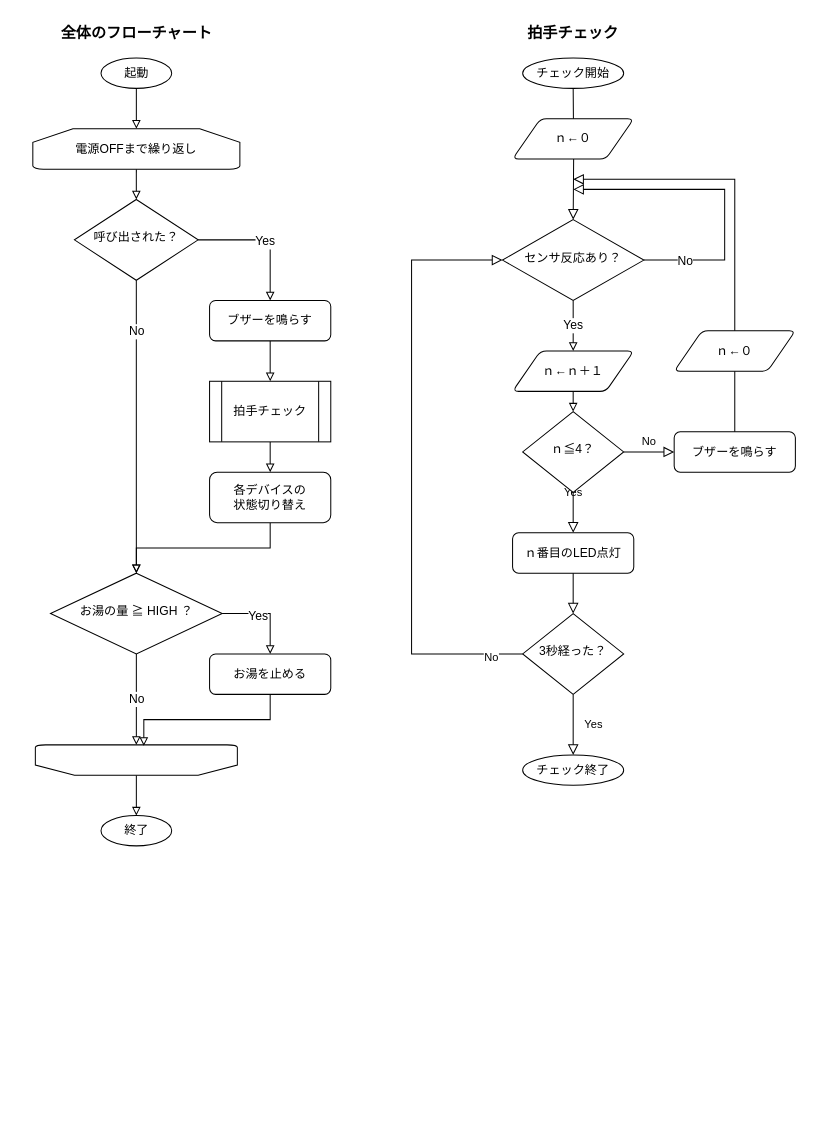
Earlier version of the draw.io diagram page "flow chart" (1 of 2) of SmartBath.drawio (AK-8420/documents_2021_Arduino_arch). Source tidied: cells renumbered, new cells numbered last; positions are measured from the earlier drawing's top-left corner, leaving out a move shared by most shapes. Both pictures are drawn from the tidied source at 101%, with x=0, y=0 at pixel (32, 17).
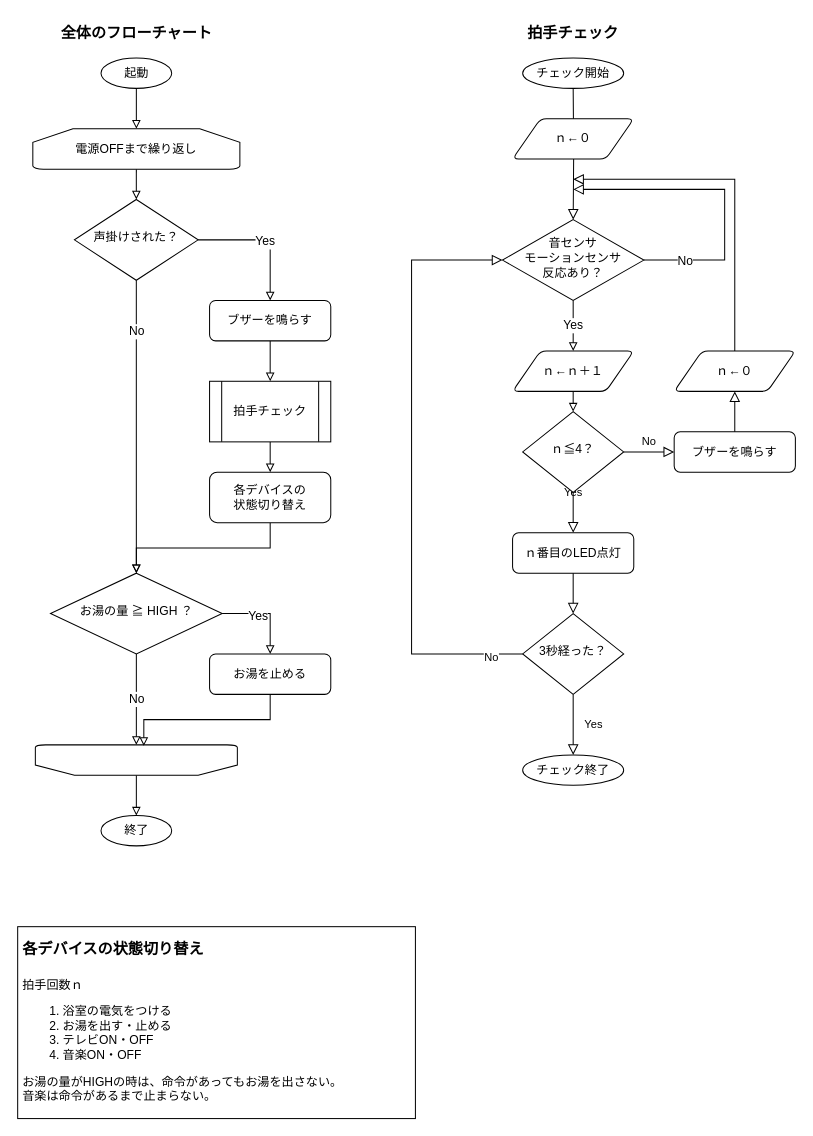
After the change.

The change refers to these unchanged cells:
```xml
<mxCell id="5" value="ブザーを鳴らす" style="rounded=1;whiteSpace=wrap;html=1;fontSize=12;glass=0;strokeWidth=1;shadow=0;" parent="1" vertex="1">
  <mxGeometry x="635" y="410" width="120" height="40" as="geometry" />
</mxCell>
```

The edit, as a diff of the source:
```diff
@@
-    <mxCell id="7" style="rounded=0;html=1;jettySize=auto;fontSize=11;endArrow=block;endFill=0;endSize=8;strokeWidth=1;shadow=0;labelBackgroundColor=none;edgeStyle=orthogonalEdgeStyle;exitX=0.5;exitY=0;exitDx=0;exitDy=0;" parent="1" edge="1" source="5">
-      <mxGeometry relative="1" as="geometry">
-        <mxPoint x="535" y="160" as="targetPoint" />
-        <Array as="points">
-          <mxPoint x="695" y="160" />
-        </Array>
-      </mxGeometry>
+    <mxCell id="7" style="rounded=0;html=1;jettySize=auto;fontSize=11;endArrow=block;endFill=0;endSize=8;strokeWidth=1;shadow=0;labelBackgroundColor=none;edgeStyle=orthogonalEdgeStyle;exitX=0.5;exitY=0;exitDx=0;exitDy=0;entryX=0.5;entryY=1;entryDx=0;entryDy=0;" parent="1" edge="1" source="5" target="15">
+      <mxGeometry relative="1" as="geometry" />
     </mxCell>
@@
+    <mxCell id="49" style="edgeStyle=orthogonalEdgeStyle;rounded=0;jettySize=auto;html=1;exitX=0.5;exitY=0;exitDx=0;exitDy=0;labelBackgroundColor=#FFFFFF;fontSize=12;endArrow=block;endFill=0;endSize=8;" parent="1" edge="1" source="15">
+      <mxGeometry relative="1" as="geometry">
+        <mxPoint x="535" y="160" as="targetPoint" />
+        <Array as="points">
+          <mxPoint x="695" y="160" />
+        </Array>
+      </mxGeometry>
+    </mxCell>
     <mxCell id="15" value="ｎ←０" style="shape=parallelogram;html=1;strokeWidth=1;perimeter=parallelogramPerimeter;whiteSpace=wrap;rounded=1;arcSize=12;size=0.23;" parent="1" vertex="1">
-      <mxGeometry x="635" y="310" width="120" height="40" as="geometry" />
+      <mxGeometry x="635" y="330" width="120" height="40" as="geometry" />
     </mxCell>
@@
-    <mxCell id="34" value="呼び出された？" style="rhombus;whiteSpace=wrap;html=1;shadow=0;fontFamily=Helvetica;fontSize=12;align=center;strokeWidth=1;spacing=6;spacingTop=-4;" parent="1" vertex="1">
+    <mxCell id="34" value="声掛けされた？" style="rhombus;whiteSpace=wrap;html=1;shadow=0;fontFamily=Helvetica;fontSize=12;align=center;strokeWidth=1;spacing=6;spacingTop=-4;" parent="1" vertex="1">
       <mxGeometry x="41.2" y="180" width="122.5" height="80" as="geometry" />
     </mxCell>
@@
-    <mxCell id="48" value="センサ反応あり？" style="rhombus;whiteSpace=wrap;html=1;shadow=0;fontFamily=Helvetica;fontSize=12;align=center;strokeWidth=1;spacing=6;spacingTop=-4;" parent="1" vertex="1">
+    <mxCell id="48" value="音センサ&lt;br&gt;モーションセンサ&lt;br&gt;反応あり？" style="rhombus;whiteSpace=wrap;html=1;shadow=0;fontFamily=Helvetica;fontSize=12;align=center;strokeWidth=1;spacing=6;spacingTop=-4;" parent="1" vertex="1">
       <mxGeometry x="465" y="200" width="140" height="80" as="geometry" />
     </mxCell>
+    <mxCell id="50" value="&lt;h1&gt;&lt;font style=&quot;font-size: 15px&quot;&gt;各デバイスの状態切り替え&lt;/font&gt;&lt;/h1&gt;&lt;p&gt;拍手回数ｎ&lt;/p&gt;&lt;p&gt;&lt;/p&gt;&lt;ol&gt;&lt;li&gt;浴室の電気をつける&lt;/li&gt;&lt;li&gt;お湯を出す・止める&lt;/li&gt;&lt;li&gt;テレビON・OFF&lt;/li&gt;&lt;li&gt;音楽ON・OFF&lt;/li&gt;&lt;/ol&gt;&lt;div&gt;お湯の量がHIGHの時は、命令があってもお湯を出さない。&lt;/div&gt;&lt;div&gt;音楽は命令があるまで止まらない。&lt;/div&gt;&lt;p&gt;&lt;/p&gt;" style="text;html=1;spacing=5;spacingTop=-20;whiteSpace=wrap;overflow=hidden;rounded=0;labelBackgroundColor=none;fontSize=12;strokeColor=default;labelBorderColor=none;" parent="1" vertex="1">
+      <mxGeometry x="-15" y="900" width="393.8" height="190" as="geometry" />
+    </mxCell>
```
